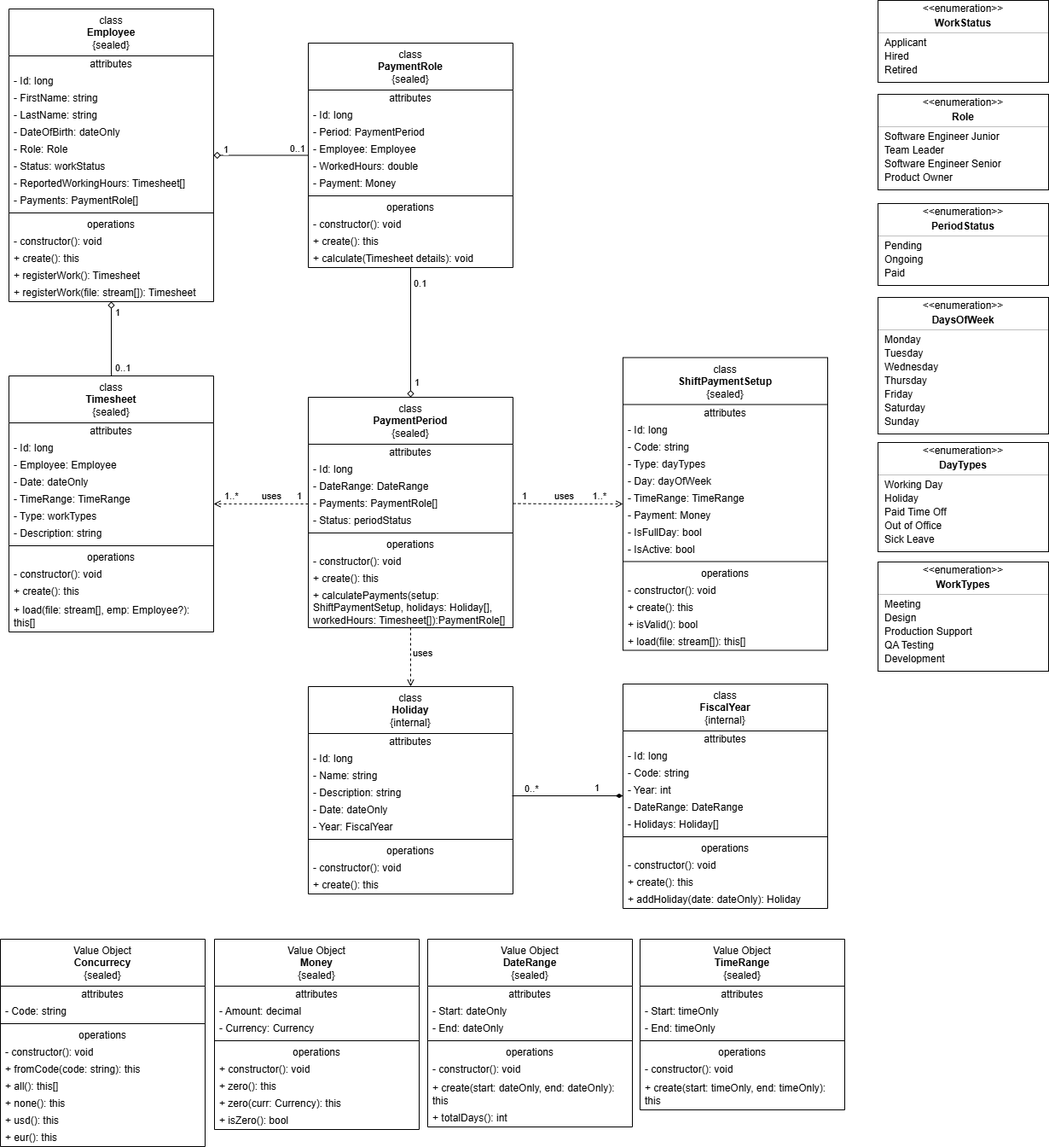
The draw.io diagram docs/images/domain-model.png in rsmacias/PaymentCalculator, before a commit. Source tidied: cells renumbered, new cells last; positions are measured from the earlier drawing's top-left corner, leaving out a move shared by most shapes.
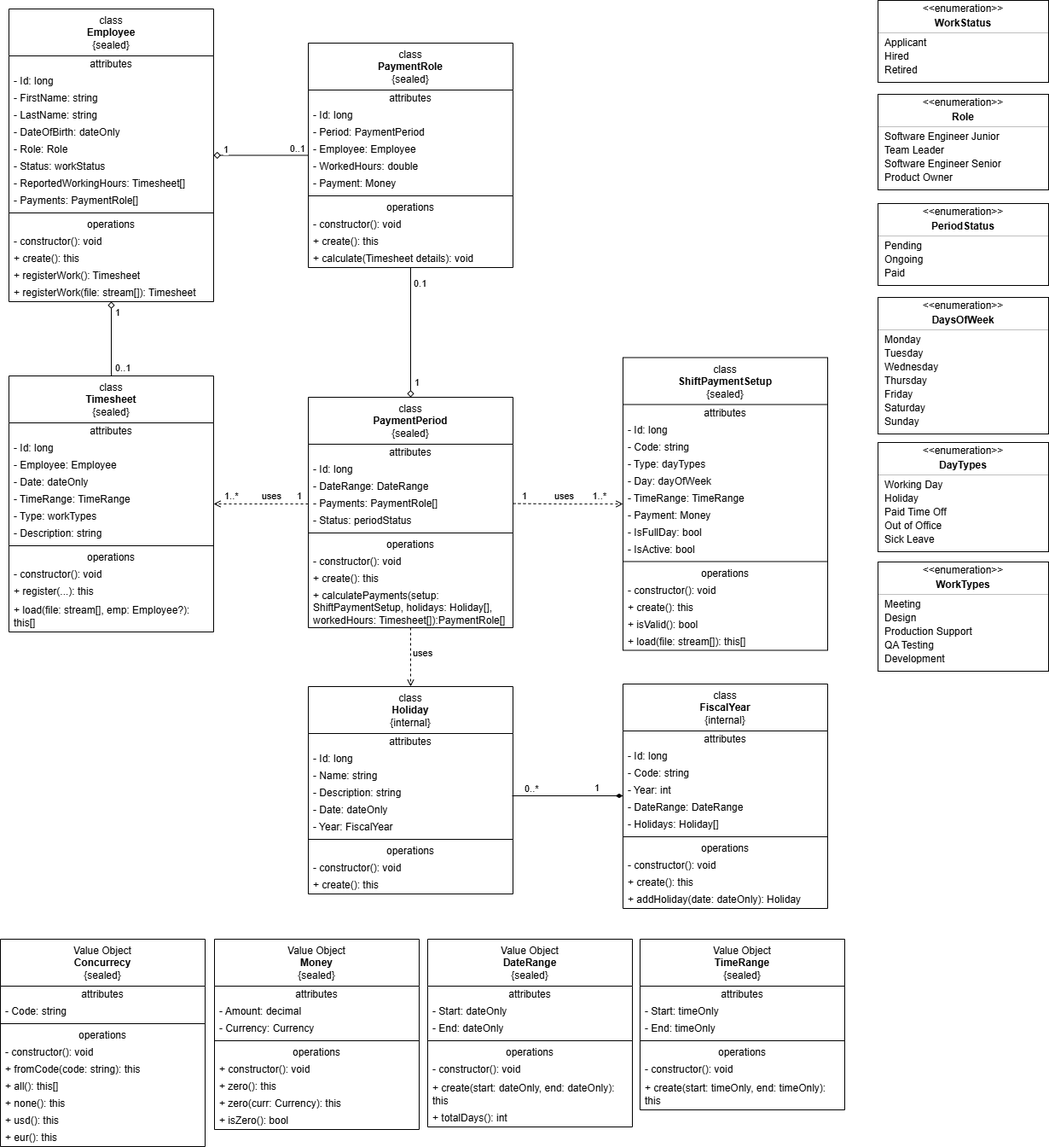
Above is the later version.

Commit message:
refactor(domain): added a static factory method to create the instance of the Timesheet entity along with its corresponding invariants. (Diagram updated according to the recent changes)

Diff of the diagram source:
```diff
@@ -92,7 +92,7 @@
     <mxCell id="31" value="- constructor(): void" style="text;html=1;strokeColor=none;fillColor=none;align=left;verticalAlign=middle;spacingLeft=4;spacingRight=4;overflow=hidden;whiteSpace=wrap;" parent="21" vertex="1">
       <mxGeometry y="223" width="240" height="20" as="geometry" />
     </mxCell>
-    <mxCell id="32" value="+ create(): this" style="text;html=1;strokeColor=none;fillColor=none;align=left;verticalAlign=middle;spacingLeft=4;spacingRight=4;overflow=hidden;whiteSpace=wrap;" parent="21" vertex="1">
+    <mxCell id="32" value="+ register(...): this" style="text;html=1;strokeColor=none;fillColor=none;align=left;verticalAlign=middle;spacingLeft=4;spacingRight=4;overflow=hidden;whiteSpace=wrap;" parent="21" vertex="1">
       <mxGeometry y="243" width="240" height="20" as="geometry" />
     </mxCell>
     <mxCell id="33" value="+ load(file: stream[], emp: Employee?): this[]" style="text;html=1;strokeColor=none;fillColor=none;align=left;verticalAlign=middle;spacingLeft=4;spacingRight=4;overflow=hidden;whiteSpace=wrap;" parent="21" vertex="1">
```
